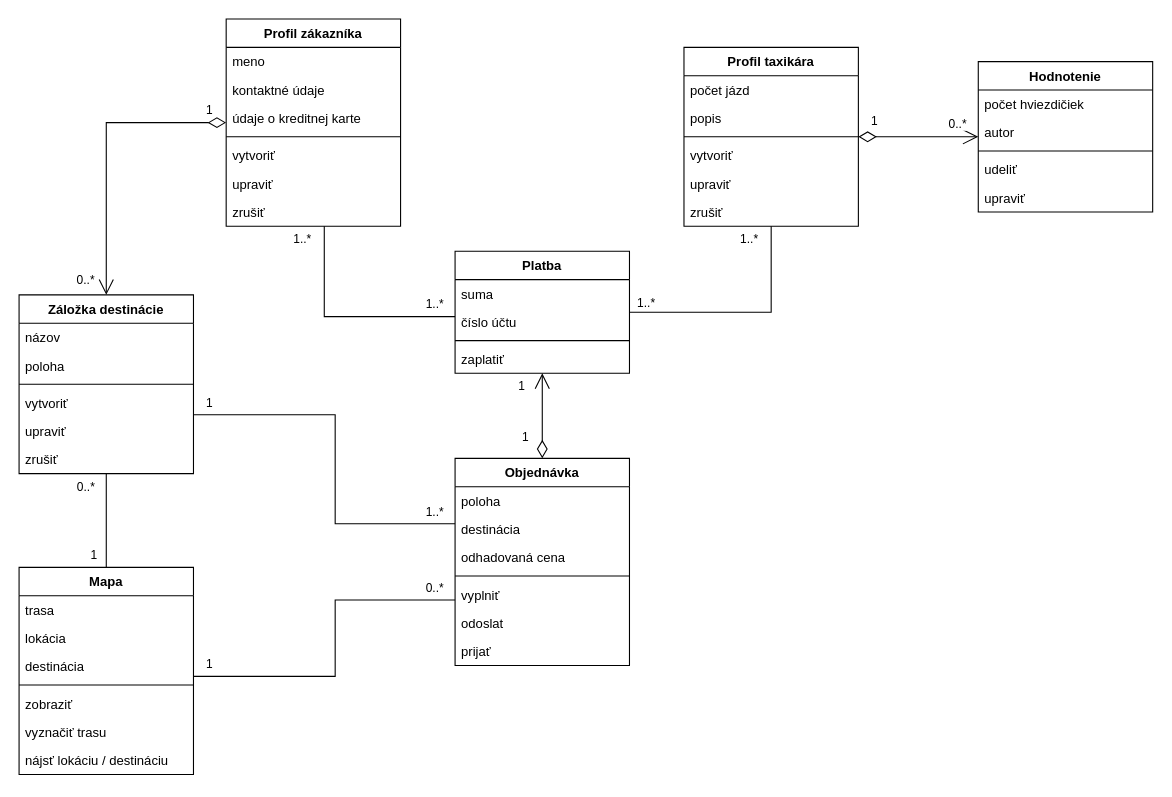
Earlier version of the draw.io diagram Untitled Diagram.drawio (Achatin/Diagrams). Source tidied: cells renumbered, new cells numbered last; positions are measured from the earlier drawing's top-left corner, leaving out a move shared by most shapes. Both pictures are drawn from the tidied source at 109%, with x=0, y=0 at pixel (19, 19).
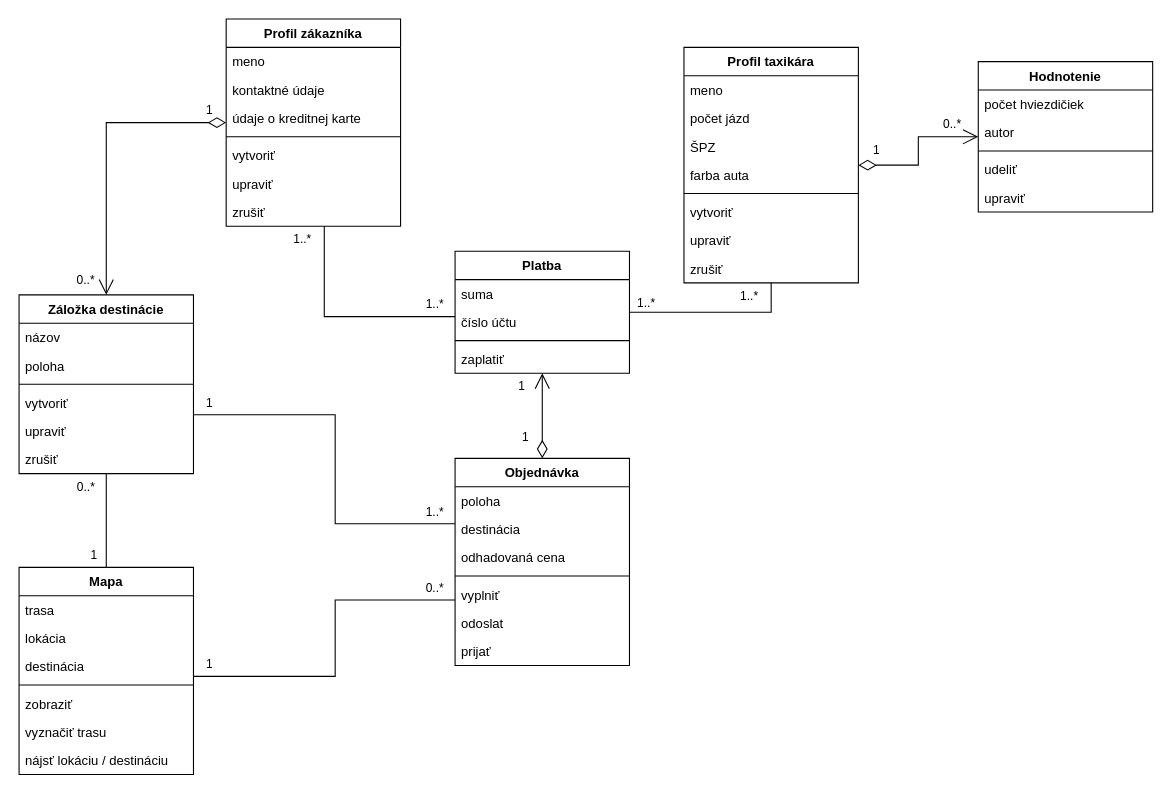
Above is the later version.

Diff of the diagram source:
```diff
@@
     <mxCell id="16" value="Profil taxikára" style="swimlane;fontStyle=1;align=center;verticalAlign=top;horizontal=1;startSize=26;" parent="1" vertex="1">
-      <mxGeometry x="610" y="26" width="160" height="164" as="geometry" />
+      <mxGeometry x="610" y="26" width="160" height="216" as="geometry" />
     </mxCell>
-    <mxCell id="17" value="počet jázd" style="text;strokeColor=none;fillColor=none;align=left;verticalAlign=top;spacingLeft=4;spacingRight=4;overflow=hidden;" parent="16" vertex="1">
+    <mxCell id="17" value="meno" style="text;strokeColor=none;fillColor=none;align=left;verticalAlign=top;spacingLeft=4;spacingRight=4;overflow=hidden;" parent="16" vertex="1">
       <mxGeometry y="26" width="160" height="26" as="geometry" />
     </mxCell>
+    <mxCell id="72" value="počet jázd" style="text;strokeColor=none;fillColor=none;align=left;verticalAlign=top;spacingLeft=4;spacingRight=4;overflow=hidden;" parent="16" vertex="1">
+      <mxGeometry y="52" width="160" height="26" as="geometry" />
+    </mxCell>
-    <mxCell id="18" value="popis" style="text;strokeColor=none;fillColor=none;align=left;verticalAlign=top;spacingLeft=4;spacingRight=4;overflow=hidden;" parent="16" vertex="1">
-      <mxGeometry y="52" width="160" height="26" as="geometry" />
+    <mxCell id="18" value="ŠPZ" style="text;strokeColor=none;fillColor=none;align=left;verticalAlign=top;spacingLeft=4;spacingRight=4;overflow=hidden;" parent="16" vertex="1">
+      <mxGeometry y="78" width="160" height="26" as="geometry" />
     </mxCell>
+    <mxCell id="73" value="farba auta" style="text;strokeColor=none;fillColor=none;align=left;verticalAlign=top;spacingLeft=4;spacingRight=4;overflow=hidden;" parent="16" vertex="1">
+      <mxGeometry y="104" width="160" height="26" as="geometry" />
+    </mxCell>
     <mxCell id="19" style="line;strokeWidth=1;fillColor=none;align=left;verticalAlign=middle;spacingTop=-1;spacingLeft=3;spacingRight=3;labelPosition=right;" parent="16" vertex="1">
-      <mxGeometry y="78" width="160" height="8" as="geometry" />
+      <mxGeometry y="130" width="160" height="8" as="geometry" />
     </mxCell>
     <mxCell id="20" value="vytvoriť" style="text;strokeColor=none;fillColor=none;align=left;verticalAlign=top;spacingLeft=4;spacingRight=4;overflow=hidden;" parent="16" vertex="1">
-      <mxGeometry y="86" width="160" height="26" as="geometry" />
+      <mxGeometry y="138" width="160" height="26" as="geometry" />
     </mxCell>
     <mxCell id="21" value="upraviť" style="text;strokeColor=none;fillColor=none;align=left;verticalAlign=top;spacingLeft=4;spacingRight=4;overflow=hidden;" parent="16" vertex="1">
-      <mxGeometry y="112" width="160" height="26" as="geometry" />
+      <mxGeometry y="164" width="160" height="26" as="geometry" />
     </mxCell>
     <mxCell id="22" value="zrušiť" style="text;strokeColor=none;fillColor=none;align=left;verticalAlign=top;spacingLeft=4;spacingRight=4;overflow=hidden;" parent="16" vertex="1">
-      <mxGeometry y="138" width="160" height="26" as="geometry" />
+      <mxGeometry y="190" width="160" height="26" as="geometry" />
     </mxCell>
```
